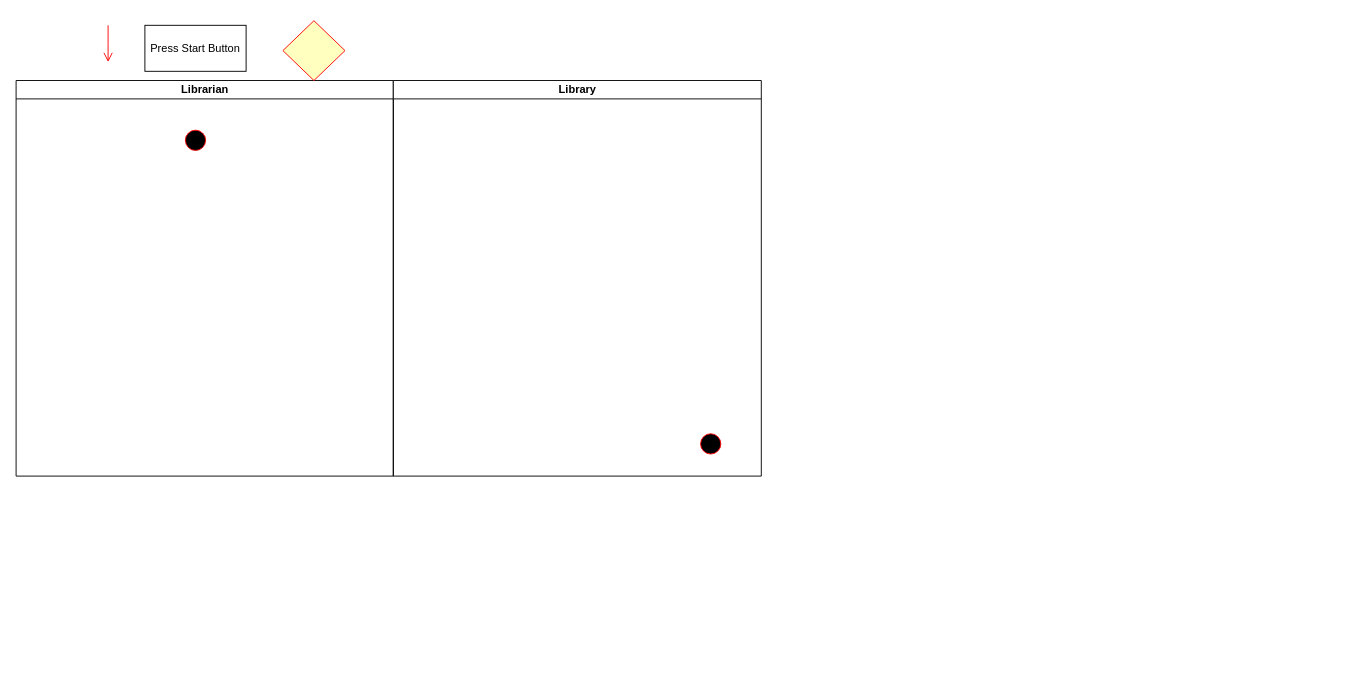
Before: activitylibrary.drawio in gablmao/library-system, a draw.io diagram. Source tidied: cells renumbered, new cells numbered last; positions are measured from the earlier drawing's top-left corner, leaving out a move shared by most shapes. Both pictures are drawn from the tidied source at 92%, with x=0, y=0 at pixel (16, 20).
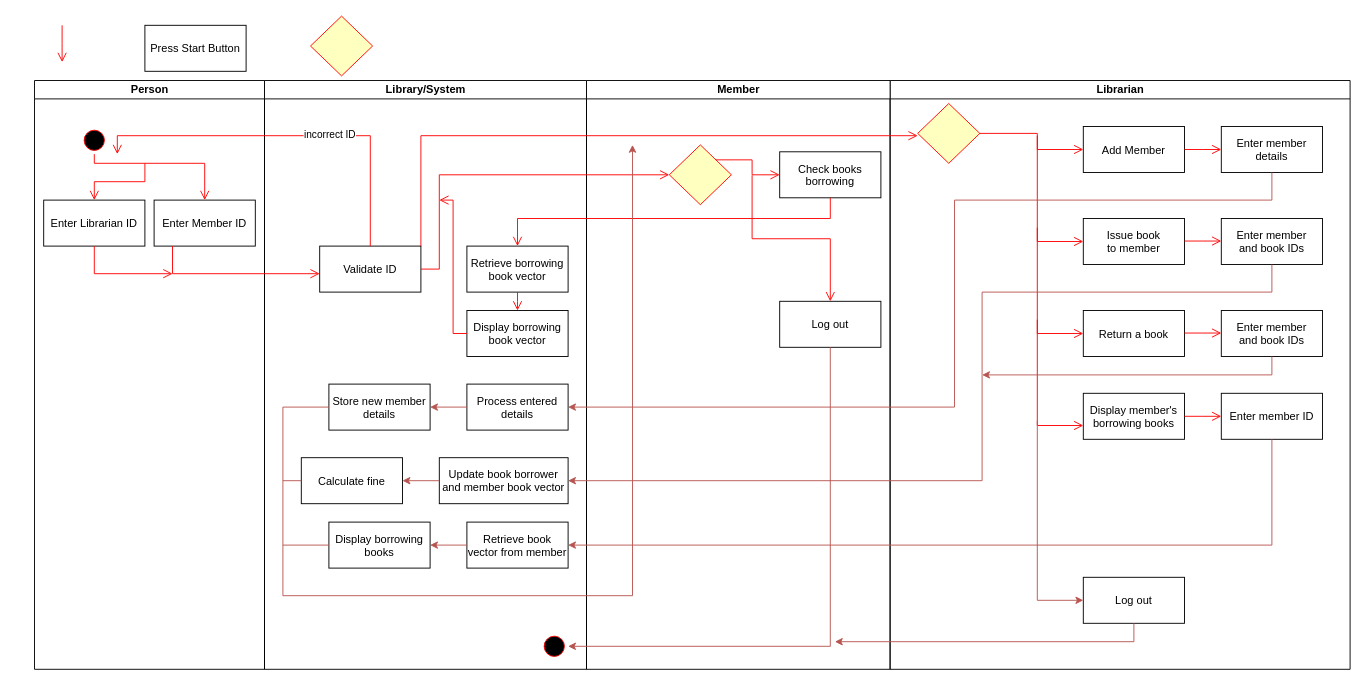
After the change.

Diff of the diagram source:
```diff
@@
-    <mxCell id="2" value="Librarian" style="swimlane;html=1;startSize=20;horizontal=1;containerType=tree;glass=0;" parent="1" vertex="1">
-      <mxGeometry y="65" width="410" height="430" as="geometry" />
+    <mxCell id="2" value="Person" style="swimlane;html=1;startSize=20;horizontal=1;containerType=tree;glass=0;" parent="1" vertex="1">
+      <mxGeometry x="20" y="65" width="250" height="640" as="geometry" />
     </mxCell>
     <mxCell id="3" style="ellipse;shape=startState;fillColor=#000000;strokeColor=#ff0000;" parent="2" vertex="1">
-      <mxGeometry x="180" y="50" width="30" height="30" as="geometry" />
+      <mxGeometry x="50" y="50" width="30" height="30" as="geometry" />
     </mxCell>
+    <mxCell id="9" style="edgeStyle=elbowEdgeStyle;elbow=vertical;verticalAlign=bottom;endArrow=open;endSize=8;strokeColor=#FF0000;endFill=1;rounded=0;entryX=0.5;entryY=0;entryDx=0;entryDy=0;" parent="2" edge="1" target="10">
+      <mxGeometry x="90" y="-40" as="geometry">
+        <mxPoint x="120" y="90" as="sourcePoint" />
+        <Array as="points">
+          <mxPoint x="65" y="110" />
+        </Array>
+      </mxGeometry>
+    </mxCell>
+    <mxCell id="10" value="Enter Librarian ID" parent="2" vertex="1">
+      <mxGeometry x="10" y="130" width="110" height="50" as="geometry" />
+    </mxCell>
+    <mxCell id="11" value="Enter Member ID" parent="2" vertex="1">
+      <mxGeometry x="130" y="130" width="110" height="50" as="geometry" />
+    </mxCell>
+    <mxCell id="12" style="edgeStyle=elbowEdgeStyle;elbow=vertical;verticalAlign=bottom;endArrow=open;endSize=8;strokeColor=#FF0000;endFill=1;rounded=0;entryX=0.5;entryY=0;entryDx=0;entryDy=0;exitX=0.5;exitY=1;exitDx=0;exitDy=0;" parent="2" edge="1" source="3" target="11">
+      <mxGeometry x="80" y="-120" as="geometry">
+        <Array as="points">
+          <mxPoint x="185" y="90" />
+        </Array>
+      </mxGeometry>
+    </mxCell>
-    <mxCell id="4" value="Library" style="swimlane;html=1;startSize=20;horizontal=1;containerType=tree;glass=0;" parent="1" vertex="1">
-      <mxGeometry x="410" y="65" width="400" height="430" as="geometry" />
+    <mxCell id="4" value="Library/System" style="swimlane;html=1;startSize=20;horizontal=1;containerType=tree;glass=0;" parent="1" vertex="1">
+      <mxGeometry x="270" y="65" width="350" height="640" as="geometry" />
     </mxCell>
-    <mxCell id="5" style="ellipse;shape=startState;fillColor=#000000;strokeColor=#ff0000;" parent="4" vertex="1">
-      <mxGeometry x="330" y="380" width="30" height="30" as="geometry" />
-    </mxCell>
+    <mxCell id="13" value="Validate ID" parent="4" vertex="1">
+      <mxGeometry x="60" y="180" width="110" height="50" as="geometry" />
+    </mxCell>
+    <mxCell id="14" style="ellipse;shape=startState;fillColor=#000000;strokeColor=#ff0000;" parent="4" vertex="1">
+      <mxGeometry x="300" y="600" width="30" height="30" as="geometry" />
+    </mxCell>
+    <mxCell id="15" value="Retrieve borrowing&#10;book vector" parent="4" vertex="1">
+      <mxGeometry x="220" y="180" width="110" height="50" as="geometry" />
+    </mxCell>
+    <mxCell id="16" value="Display borrowing&#10;book vector" parent="4" vertex="1">
+      <mxGeometry x="220" y="250" width="110" height="50" as="geometry" />
+    </mxCell>
+    <mxCell id="17" style="edgeStyle=elbowEdgeStyle;elbow=horizontal;verticalAlign=bottom;endArrow=open;endSize=8;strokeColor=#FF0000;endFill=1;rounded=0;entryX=0.5;entryY=0;entryDx=0;entryDy=0;exitX=0.5;exitY=1;exitDx=0;exitDy=0;" parent="4" edge="1" source="15" target="16">
+      <mxGeometry x="-180" y="-40" as="geometry" />
+    </mxCell>
+    <mxCell id="18" value="Calculate fine" parent="4" vertex="1">
+      <mxGeometry x="40" y="410" width="110" height="50" as="geometry" />
+    </mxCell>
+    <mxCell id="19" value="Process entered&#10;details" parent="4" vertex="1">
+      <mxGeometry x="220" y="330" width="110" height="50" as="geometry" />
+    </mxCell>
+    <mxCell id="20" value="Store new member&#10;details" parent="4" vertex="1">
+      <mxGeometry x="70" y="330" width="110" height="50" as="geometry" />
+    </mxCell>
+    <mxCell id="21" style="endArrow=classic;html=1;rounded=0;entryX=1;entryY=0.5;entryDx=0;entryDy=0;exitX=0;exitY=0.5;exitDx=0;exitDy=0;fillColor=#f8cecc;strokeColor=#b85450;" parent="4" edge="1" source="19" target="20">
+      <mxGeometry relative="1" as="geometry" />
+    </mxCell>
+    <mxCell id="22" value="Update book borrower&#10;and member book vector" parent="4" vertex="1">
+      <mxGeometry x="190" y="410" width="140" height="50" as="geometry" />
+    </mxCell>
+    <mxCell id="23" value="Retrieve book&#10;vector from member" parent="4" vertex="1">
+      <mxGeometry x="220" y="480" width="110" height="50" as="geometry" />
+    </mxCell>
+    <mxCell id="24" value="Display borrowing &#10;books" parent="4" vertex="1">
+      <mxGeometry x="70" y="480" width="110" height="50" as="geometry" />
+    </mxCell>
+    <mxCell id="25" style="endArrow=classic;html=1;rounded=0;exitX=0;exitY=0.5;exitDx=0;exitDy=0;entryX=1;entryY=0.5;entryDx=0;entryDy=0;fillColor=#f8cecc;strokeColor=#b85450;" parent="4" edge="1" source="23" target="24">
+      <mxGeometry relative="1" as="geometry" />
+    </mxCell>
+    <mxCell id="26" style="endArrow=classic;html=1;rounded=0;exitX=0;exitY=0.5;exitDx=0;exitDy=0;entryX=1;entryY=0.5;entryDx=0;entryDy=0;fillColor=#f8cecc;strokeColor=#b85450;" parent="4" edge="1" source="22" target="18">
+      <mxGeometry relative="1" as="geometry" />
+    </mxCell>
     <mxCell id="6" style="edgeStyle=elbowEdgeStyle;elbow=horizontal;verticalAlign=bottom;endArrow=open;endSize=8;strokeColor=#FF0000;endFill=1;rounded=0;" parent="1" edge="1">
       <mxGeometry x="100" y="40" as="geometry">
-        <mxPoint x="100" y="5" as="sourcePoint" />
-        <mxPoint x="100" y="45" as="targetPoint" />
+        <mxPoint x="50" y="5" as="sourcePoint" />
+        <mxPoint x="50" y="45" as="targetPoint" />
       </mxGeometry>
     </mxCell>
@@
     <mxCell id="8" style="rhombus;fillColor=#ffffc0;strokeColor=#ff0000;" parent="1" vertex="1">
-      <mxGeometry x="290" width="67.5" height="65" as="geometry" />
+      <mxGeometry x="320" y="-5" width="67.5" height="65" as="geometry" />
     </mxCell>
+    <mxCell id="27" style="edgeStyle=elbowEdgeStyle;elbow=horizontal;verticalAlign=bottom;endArrow=open;endSize=8;strokeColor=#FF0000;endFill=1;rounded=0;exitX=0.5;exitY=1;exitDx=0;exitDy=0;" parent="1" edge="1" source="10">
+      <mxGeometry x="90" y="-40" as="geometry">
+        <mxPoint x="170" y="275" as="targetPoint" />
+        <Array as="points">
+          <mxPoint x="85" y="275" />
+        </Array>
+      </mxGeometry>
+    </mxCell>
+    <mxCell id="28" style="edgeStyle=elbowEdgeStyle;elbow=horizontal;verticalAlign=bottom;endArrow=open;endSize=8;strokeColor=#FF0000;endFill=1;rounded=0;exitX=0.5;exitY=1;exitDx=0;exitDy=0;" parent="1" edge="1">
+      <mxGeometry x="90" y="-40" as="geometry">
+        <mxPoint x="170" y="245" as="sourcePoint" />
+        <mxPoint x="330" y="275" as="targetPoint" />
+        <Array as="points">
+          <mxPoint x="170" y="285" />
+        </Array>
+      </mxGeometry>
+    </mxCell>
+    <mxCell id="29" style="edgeStyle=elbowEdgeStyle;elbow=vertical;verticalAlign=bottom;endArrow=open;endSize=8;strokeColor=#FF0000;endFill=1;rounded=0;exitX=0.5;exitY=0;exitDx=0;exitDy=0;" parent="1" edge="1" source="13">
+      <mxGeometry x="90" y="-40" as="geometry">
+        <mxPoint x="110" y="145" as="targetPoint" />
+        <Array as="points">
+          <mxPoint x="340" y="125" />
+        </Array>
+      </mxGeometry>
+    </mxCell>
+    <mxCell id="30" value="incorrect ID" style="edgeLabel;html=1;align=center;verticalAlign=middle;" parent="29" vertex="1">
+      <mxGeometry relative="1" as="geometry">
+        <mxPoint x="43" y="-2" as="offset" />
+      </mxGeometry>
+    </mxCell>
+    <mxCell id="31" value="Librarian" style="swimlane;html=1;startSize=20;horizontal=1;containerType=tree;glass=0;" parent="1" vertex="1">
+      <mxGeometry x="950" y="65" width="500" height="640" as="geometry" />
+    </mxCell>
+    <mxCell id="32" value="Log out" parent="31" vertex="1">
+      <mxGeometry x="210" y="540" width="110" height="50" as="geometry" />
+    </mxCell>
+    <mxCell id="33" style="rhombus;fillColor=#ffffc0;strokeColor=#ff0000;" parent="31" vertex="1">
+      <mxGeometry x="30" y="25" width="67.5" height="65" as="geometry" />
+    </mxCell>
+    <mxCell id="34" value="Add Member" parent="31" vertex="1">
+      <mxGeometry x="210" y="50" width="110" height="50" as="geometry" />
+    </mxCell>
+    <mxCell id="35" value="Issue book &#10;to member" parent="31" vertex="1">
+      <mxGeometry x="210" y="150" width="110" height="50" as="geometry" />
+    </mxCell>
+    <mxCell id="36" value="Return a book" parent="31" vertex="1">
+      <mxGeometry x="210" y="250" width="110" height="50" as="geometry" />
+    </mxCell>
+    <mxCell id="37" value="Display member's&#10;borrowing books" parent="31" vertex="1">
+      <mxGeometry x="210" y="340" width="110" height="50" as="geometry" />
+    </mxCell>
+    <mxCell id="38" style="edgeStyle=elbowEdgeStyle;elbow=horizontal;verticalAlign=bottom;endArrow=open;endSize=8;strokeColor=#FF0000;endFill=1;rounded=0;entryX=0;entryY=0.5;entryDx=0;entryDy=0;exitX=1;exitY=0.5;exitDx=0;exitDy=0;" parent="31" edge="1" source="33" target="34">
+      <mxGeometry x="-860" y="-40" as="geometry">
+        <Array as="points">
+          <mxPoint x="160" y="60" />
+        </Array>
+      </mxGeometry>
+    </mxCell>
+    <mxCell id="39" style="edgeStyle=elbowEdgeStyle;elbow=horizontal;verticalAlign=bottom;endArrow=open;endSize=8;strokeColor=#FF0000;endFill=1;rounded=0;entryX=0;entryY=0.5;entryDx=0;entryDy=0;" parent="31" edge="1">
+      <mxGeometry x="-1820" y="-120" as="geometry">
+        <mxPoint x="160" y="160" as="sourcePoint" />
+        <mxPoint x="210" y="275" as="targetPoint" />
+        <Array as="points">
+          <mxPoint x="160" y="240" />
+        </Array>
+      </mxGeometry>
+    </mxCell>
+    <mxCell id="40" style="edgeStyle=elbowEdgeStyle;elbow=horizontal;verticalAlign=bottom;endArrow=open;endSize=8;strokeColor=#FF0000;endFill=1;rounded=0;entryX=0;entryY=0.5;entryDx=0;entryDy=0;" parent="31" edge="1">
+      <mxGeometry x="-1820" y="-120" as="geometry">
+        <mxPoint x="160" y="260" as="sourcePoint" />
+        <mxPoint x="210" y="375" as="targetPoint" />
+        <Array as="points">
+          <mxPoint x="160" y="340" />
+        </Array>
+      </mxGeometry>
+    </mxCell>
+    <mxCell id="41" value="Enter member&#10;details" parent="31" vertex="1">
+      <mxGeometry x="360" y="50" width="110" height="50" as="geometry" />
+    </mxCell>
+    <mxCell id="42" style="edgeStyle=elbowEdgeStyle;elbow=horizontal;verticalAlign=bottom;endArrow=open;endSize=8;strokeColor=#FF0000;endFill=1;rounded=0;entryX=0;entryY=0.5;entryDx=0;entryDy=0;exitX=1;exitY=0.5;exitDx=0;exitDy=0;" parent="31" edge="1" source="34" target="41">
+      <mxGeometry x="-1820" y="-120" as="geometry">
+        <Array as="points">
+          <mxPoint x="340" y="70" />
+        </Array>
+      </mxGeometry>
+    </mxCell>
+    <mxCell id="43" value="Enter member&#10;and book IDs" parent="31" vertex="1">
+      <mxGeometry x="360" y="150" width="110" height="50" as="geometry" />
+    </mxCell>
+    <mxCell id="44" style="edgeStyle=elbowEdgeStyle;elbow=horizontal;verticalAlign=bottom;endArrow=open;endSize=8;strokeColor=#FF0000;endFill=1;rounded=0;entryX=0;entryY=0.5;entryDx=0;entryDy=0;exitX=1;exitY=0.5;exitDx=0;exitDy=0;" parent="31" edge="1">
+      <mxGeometry x="-2780" y="-200" as="geometry">
+        <mxPoint x="320" y="174.5" as="sourcePoint" />
+        <mxPoint x="360" y="174.5" as="targetPoint" />
+        <Array as="points">
+          <mxPoint x="340" y="169.5" />
+        </Array>
+      </mxGeometry>
+    </mxCell>
+    <mxCell id="45" value="Enter member&#10;and book IDs" parent="31" vertex="1">
+      <mxGeometry x="360" y="250" width="110" height="50" as="geometry" />
+    </mxCell>
+    <mxCell id="46" style="edgeStyle=elbowEdgeStyle;elbow=horizontal;verticalAlign=bottom;endArrow=open;endSize=8;strokeColor=#FF0000;endFill=1;rounded=0;entryX=0;entryY=0.5;entryDx=0;entryDy=0;exitX=1;exitY=0.5;exitDx=0;exitDy=0;" parent="31" edge="1">
+      <mxGeometry x="-3740" y="-280" as="geometry">
+        <mxPoint x="320" y="274.5" as="sourcePoint" />
+        <mxPoint x="360" y="274.5" as="targetPoint" />
+        <Array as="points">
+          <mxPoint x="340" y="269.5" />
+        </Array>
+      </mxGeometry>
+    </mxCell>
+    <mxCell id="47" value="Enter member ID" parent="31" vertex="1">
+      <mxGeometry x="360" y="340" width="110" height="50" as="geometry" />
+    </mxCell>
+    <mxCell id="48" style="edgeStyle=elbowEdgeStyle;elbow=horizontal;verticalAlign=bottom;endArrow=open;endSize=8;strokeColor=#FF0000;endFill=1;rounded=0;entryX=0;entryY=0.5;entryDx=0;entryDy=0;exitX=1;exitY=0.5;exitDx=0;exitDy=0;" parent="31" edge="1" source="37" target="47">
+      <mxGeometry x="-4700" y="-360" as="geometry">
+        <Array as="points">
+          <mxPoint x="340" y="360" />
+        </Array>
+      </mxGeometry>
+    </mxCell>
+    <mxCell id="49" value="Member" style="swimlane;html=1;startSize=20;horizontal=1;containerType=tree;glass=0;" parent="1" vertex="1">
+      <mxGeometry x="620" y="65" width="330" height="640" as="geometry" />
+    </mxCell>
+    <mxCell id="50" value="Log out" parent="49" vertex="1">
+      <mxGeometry x="210" y="240" width="110" height="50" as="geometry" />
+    </mxCell>
+    <mxCell id="51" value="Check books &#10;borrowing" parent="49" vertex="1">
+      <mxGeometry x="210" y="77.5" width="110" height="50" as="geometry" />
+    </mxCell>
+    <mxCell id="52" style="rhombus;fillColor=#ffffc0;strokeColor=#ff0000;" parent="49" vertex="1">
+      <mxGeometry x="90" y="70" width="67.5" height="65" as="geometry" />
+    </mxCell>
+    <mxCell id="53" style="edgeStyle=elbowEdgeStyle;elbow=horizontal;verticalAlign=bottom;endArrow=open;endSize=8;strokeColor=#FF0000;endFill=1;rounded=0;exitX=1;exitY=0;exitDx=0;exitDy=0;entryX=0;entryY=0.5;entryDx=0;entryDy=0;" parent="49" edge="1" source="52" target="51">
+      <mxGeometry x="-530" y="-40" as="geometry">
+        <Array as="points">
+          <mxPoint x="180" y="86" />
+        </Array>
+      </mxGeometry>
+    </mxCell>
+    <mxCell id="54" style="edgeStyle=elbowEdgeStyle;elbow=vertical;verticalAlign=bottom;endArrow=open;endSize=8;strokeColor=#FF0000;endFill=1;rounded=0;entryX=0.5;entryY=0;entryDx=0;entryDy=0;" parent="49" edge="1" target="50">
+      <mxGeometry x="-1160" y="-120" as="geometry">
+        <mxPoint x="180" y="103" as="sourcePoint" />
+      </mxGeometry>
+    </mxCell>
+    <mxCell id="55" style="edgeStyle=elbowEdgeStyle;elbow=horizontal;verticalAlign=bottom;endArrow=open;endSize=8;strokeColor=#FF0000;endFill=1;rounded=0;exitX=1;exitY=0.5;exitDx=0;exitDy=0;entryX=0;entryY=0.5;entryDx=0;entryDy=0;" parent="1" edge="1" source="13" target="52">
+      <mxGeometry x="100" y="40" as="geometry">
+        <Array as="points">
+          <mxPoint x="460" y="225" />
+        </Array>
+      </mxGeometry>
+    </mxCell>
+    <mxCell id="56" style="edgeStyle=elbowEdgeStyle;elbow=horizontal;verticalAlign=bottom;endArrow=open;endSize=8;strokeColor=#FF0000;endFill=1;rounded=0;exitX=1;exitY=0;exitDx=0;exitDy=0;" parent="1" edge="1" source="13">
+      <mxGeometry x="100" y="40" as="geometry">
+        <mxPoint x="980" y="125" as="targetPoint" />
+        <Array as="points">
+          <mxPoint x="440" y="145" />
+        </Array>
+      </mxGeometry>
+    </mxCell>
+    <mxCell id="57" style="edgeStyle=elbowEdgeStyle;elbow=vertical;verticalAlign=bottom;endArrow=open;endSize=8;strokeColor=#FF0000;endFill=1;rounded=0;entryX=0.5;entryY=0;entryDx=0;entryDy=0;exitX=0.5;exitY=1;exitDx=0;exitDy=0;" parent="1" edge="1" source="51" target="15">
+      <mxGeometry x="100" y="40" as="geometry">
+        <Array as="points">
+          <mxPoint x="630" y="215" />
+        </Array>
+      </mxGeometry>
+    </mxCell>
+    <mxCell id="58" style="edgeStyle=elbowEdgeStyle;elbow=horizontal;verticalAlign=bottom;endArrow=open;endSize=8;strokeColor=#FF0000;endFill=1;rounded=0;exitX=0;exitY=0.5;exitDx=0;exitDy=0;" parent="1" edge="1" source="16">
+      <mxGeometry x="100" y="40" as="geometry">
+        <mxPoint x="460" y="195" as="targetPoint" />
+      </mxGeometry>
+    </mxCell>
+    <mxCell id="59" style="edgeStyle=elbowEdgeStyle;elbow=horizontal;verticalAlign=bottom;endArrow=open;endSize=8;strokeColor=#FF0000;endFill=1;rounded=0;entryX=0;entryY=0.5;entryDx=0;entryDy=0;" parent="1" edge="1" target="35">
+      <mxGeometry x="-860" y="-40" as="geometry">
+        <mxPoint x="1110" y="125" as="sourcePoint" />
+        <Array as="points">
+          <mxPoint x="1110" y="205" />
+        </Array>
+      </mxGeometry>
+    </mxCell>
+    <mxCell id="60" style="endArrow=classic;html=1;rounded=0;exitX=0.5;exitY=1;exitDx=0;exitDy=0;entryX=1;entryY=0.5;entryDx=0;entryDy=0;fillColor=#f8cecc;strokeColor=#b85450;" parent="1" edge="1" source="41" target="19">
+      <mxGeometry relative="1" as="geometry">
+        <Array as="points">
+          <mxPoint x="1365" y="195" />
+          <mxPoint x="1020" y="195" />
+          <mxPoint x="1020" y="420" />
+        </Array>
+      </mxGeometry>
+    </mxCell>
+    <mxCell id="61" style="endArrow=classic;html=1;rounded=0;exitX=0.5;exitY=1;exitDx=0;exitDy=0;entryX=1;entryY=0.5;entryDx=0;entryDy=0;fillColor=#f8cecc;strokeColor=#b85450;" parent="1" edge="1" source="43" target="22">
+      <mxGeometry relative="1" as="geometry">
+        <Array as="points">
+          <mxPoint x="1365" y="295" />
+          <mxPoint x="1050" y="295" />
+          <mxPoint x="1050" y="500" />
+        </Array>
+      </mxGeometry>
+    </mxCell>
+    <mxCell id="62" style="endArrow=classic;html=1;rounded=0;exitX=0.5;exitY=1;exitDx=0;exitDy=0;fillColor=#f8cecc;strokeColor=#b85450;" parent="1" edge="1" source="45">
+      <mxGeometry relative="1" as="geometry">
+        <mxPoint x="1050" y="385" as="targetPoint" />
+        <Array as="points">
+          <mxPoint x="1365" y="385" />
+        </Array>
+      </mxGeometry>
+    </mxCell>
+    <mxCell id="63" style="endArrow=classic;html=1;rounded=0;exitX=0.5;exitY=1;exitDx=0;exitDy=0;entryX=1;entryY=0.5;entryDx=0;entryDy=0;fillColor=#f8cecc;strokeColor=#b85450;" parent="1" edge="1" source="47" target="23">
+      <mxGeometry relative="1" as="geometry">
+        <Array as="points">
+          <mxPoint x="1365" y="570" />
+        </Array>
+      </mxGeometry>
+    </mxCell>
+    <mxCell id="64" style="endArrow=classic;html=1;rounded=0;entryX=0;entryY=0.5;entryDx=0;entryDy=0;fillColor=#f8cecc;strokeColor=#b85450;" parent="1" edge="1" target="32">
+      <mxGeometry relative="1" as="geometry">
+        <mxPoint x="1110" y="435" as="sourcePoint" />
+        <Array as="points">
+          <mxPoint x="1110" y="630" />
+        </Array>
+      </mxGeometry>
+    </mxCell>
+    <mxCell id="65" style="endArrow=classic;html=1;rounded=0;exitX=0.5;exitY=1;exitDx=0;exitDy=0;entryX=1;entryY=0.5;entryDx=0;entryDy=0;fillColor=#f8cecc;strokeColor=#b85450;" parent="1" edge="1" source="50" target="14">
+      <mxGeometry relative="1" as="geometry">
+        <Array as="points">
+          <mxPoint x="885" y="680" />
+        </Array>
+      </mxGeometry>
+    </mxCell>
+    <mxCell id="66" style="endArrow=classic;html=1;rounded=0;exitX=0;exitY=0.5;exitDx=0;exitDy=0;fillColor=#f8cecc;strokeColor=#b85450;" parent="1" edge="1" source="20">
+      <mxGeometry relative="1" as="geometry">
+        <mxPoint x="670" y="135" as="targetPoint" />
+        <Array as="points">
+          <mxPoint x="290" y="420" />
+          <mxPoint x="290" y="625" />
+          <mxPoint x="670" y="625" />
+        </Array>
+      </mxGeometry>
+    </mxCell>
+    <mxCell id="67" style="endArrow=classic;html=1;rounded=0;exitX=0.5;exitY=1;exitDx=0;exitDy=0;fillColor=#f8cecc;strokeColor=#b85450;" parent="1" edge="1" source="32">
+      <mxGeometry relative="1" as="geometry">
+        <mxPoint x="890" y="675" as="targetPoint" />
+        <Array as="points">
+          <mxPoint x="1215" y="675" />
+        </Array>
+      </mxGeometry>
+    </mxCell>
+    <mxCell id="68" style="endArrow=none;html=1;rounded=0;entryX=0;entryY=0.5;entryDx=0;entryDy=0;fillColor=#f8cecc;strokeColor=#b85450;" parent="1" edge="1" target="18">
+      <mxGeometry relative="1" as="geometry">
+        <mxPoint x="290" y="500" as="sourcePoint" />
+      </mxGeometry>
+    </mxCell>
+    <mxCell id="69" style="endArrow=none;html=1;rounded=0;entryX=0;entryY=0.5;entryDx=0;entryDy=0;fillColor=#f8cecc;strokeColor=#b85450;" parent="1" edge="1" target="24">
+      <mxGeometry relative="1" as="geometry">
+        <mxPoint x="290" y="570" as="sourcePoint" />
+      </mxGeometry>
+    </mxCell>
```
